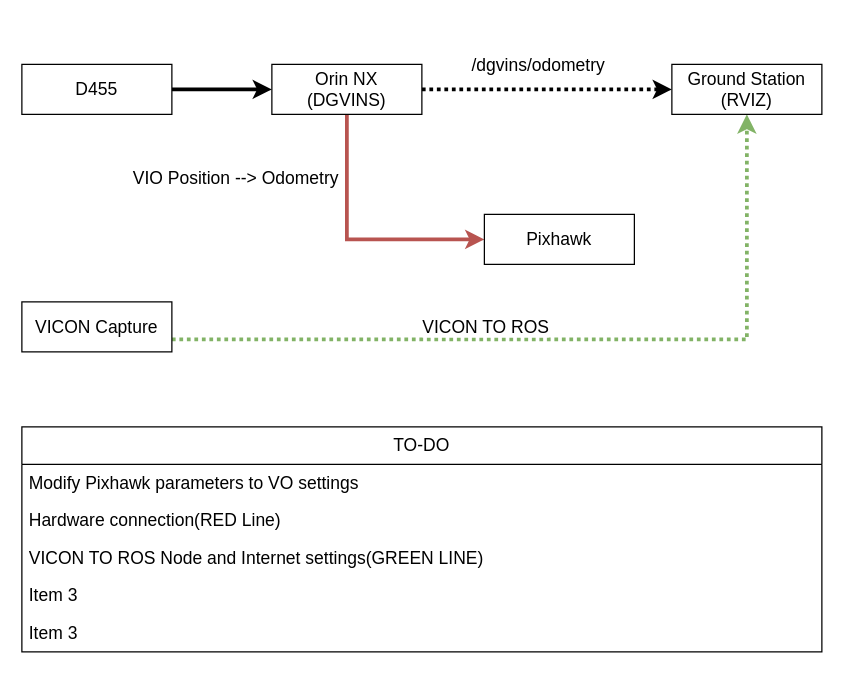
The draw.io diagram Untitled Diagram.drawio in Jaron0211/F330_Project, before the edit. Source tidied: cells renumbered, new cells numbered last; positions are measured from the earlier drawing's top-left corner, leaving out a move shared by most shapes. Both pictures are drawn from the tidied source at 125%, with x=0, y=0 at pixel (21, 64).
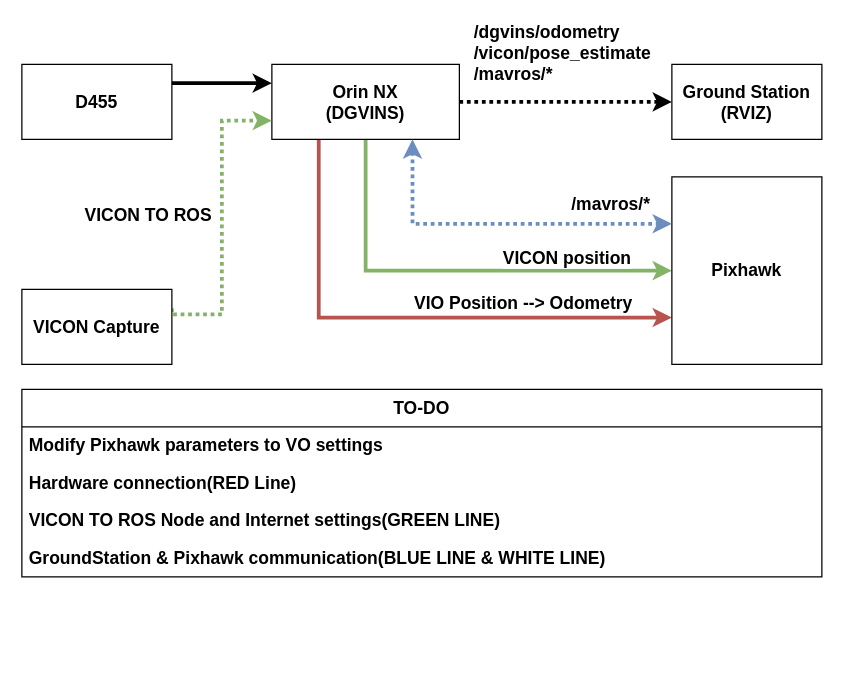
After the change.

The edit, as a diff of the source:
```diff
@@
-    <mxCell id="2" style="edgeStyle=orthogonalEdgeStyle;rounded=0;jettySize=auto;html=1;fillColor=#f8cecc;strokeColor=#b85450;strokeWidth=3;fontSize=14;entryX=0;entryY=0.5;entryDx=0;entryDy=0;" parent="1" edge="1" source="6" target="9">
-      <mxGeometry relative="1" as="geometry">
-        <Array as="points">
-          <mxPoint x="260" y="140" />
-        </Array>
-      </mxGeometry>
+    <mxCell id="2" style="edgeStyle=orthogonalEdgeStyle;rounded=0;jettySize=auto;html=1;fillColor=#f8cecc;strokeColor=#b85450;strokeWidth=3;fontSize=14;entryX=0;entryY=0.75;entryDx=0;entryDy=0;fontStyle=1;exitX=0.25;exitY=1;exitDx=0;exitDy=0;" parent="1" edge="1" source="6" target="9">
+      <mxGeometry relative="1" as="geometry" />
     </mxCell>
-    <mxCell id="3" value="VIO Position --&amp;gt; Odometry" style="edgeLabel;html=1;align=center;verticalAlign=middle;fontSize=14;" parent="2" vertex="1">
+    <mxCell id="3" value="VIO Position --&amp;gt; Odometry" style="edgeLabel;html=1;align=center;verticalAlign=middle;fontSize=14;fontStyle=1;" parent="2" vertex="1">
       <mxGeometry relative="1" as="geometry">
-        <mxPoint x="-95" y="-50" as="offset" />
+        <mxPoint x="92" y="-12" as="offset" />
       </mxGeometry>
     </mxCell>
-    <mxCell id="4" style="edgeStyle=orthogonalEdgeStyle;rounded=0;jettySize=auto;html=1;dashed=1;dashPattern=1 1;strokeWidth=3;fontSize=14;" parent="1" edge="1" source="6" target="13">
+    <mxCell id="4" style="edgeStyle=orthogonalEdgeStyle;rounded=0;jettySize=auto;html=1;dashed=1;dashPattern=1 1;strokeWidth=3;fontSize=14;fontStyle=1;" parent="1" edge="1" source="6" target="13">
       <mxGeometry relative="1" as="geometry" />
     </mxCell>
-    <mxCell id="5" value="/dgvins/odometry" style="edgeLabel;html=1;align=center;verticalAlign=middle;arcSize=12;fontSize=14;" parent="4" vertex="1">
+    <mxCell id="5" value="/dgvins/odometry&lt;div&gt;/vicon/pose_estimate&lt;/div&gt;&lt;div&gt;/mavros/*&lt;/div&gt;" style="edgeLabel;html=1;align=left;verticalAlign=middle;arcSize=12;fontSize=14;fontStyle=1;" parent="4" vertex="1">
       <mxGeometry x="-0.17" y="-3" relative="1" as="geometry">
-        <mxPoint x="9" y="-23" as="offset" />
+        <mxPoint x="-61" y="-43" as="offset" />
       </mxGeometry>
     </mxCell>
+    <mxCell id="20" style="edgeStyle=orthogonalEdgeStyle;rounded=0;jettySize=auto;html=1;exitX=0.5;exitY=1;exitDx=0;exitDy=0;entryX=0;entryY=0.5;entryDx=0;entryDy=0;strokeColor=#82b366;strokeWidth=3;" parent="1" edge="1" source="6" target="9">
+      <mxGeometry relative="1" as="geometry">
+        <Array as="points">
+          <mxPoint x="275" y="165" />
+        </Array>
+      </mxGeometry>
+    </mxCell>
+    <mxCell id="21" value="&lt;font style=&quot;font-size: 14px;&quot;&gt;VICON position&lt;/font&gt;" style="edgeLabel;html=1;align=center;verticalAlign=middle;fontStyle=1;" parent="20" vertex="1">
+      <mxGeometry x="0.47" relative="1" as="geometry">
+        <mxPoint x="8" y="-11" as="offset" />
+      </mxGeometry>
+    </mxCell>
-    <mxCell id="6" value="Orin NX&lt;div style=&quot;font-size: 14px;&quot;&gt;(DGVINS)&lt;/div&gt;" style="rounded=0;whiteSpace=wrap;html=1;fontSize=14;" parent="1" vertex="1">
-      <mxGeometry x="200" width="120" height="40" as="geometry" />
+    <mxCell id="6" value="Orin NX&lt;div style=&quot;font-size: 14px;&quot;&gt;(DGVINS)&lt;/div&gt;" style="rounded=0;whiteSpace=wrap;html=1;fontSize=14;fontStyle=1;" parent="1" vertex="1">
+      <mxGeometry x="200" width="150" height="60" as="geometry" />
     </mxCell>
-    <mxCell id="7" style="edgeStyle=orthogonalEdgeStyle;rounded=0;jettySize=auto;html=1;strokeWidth=3;fontSize=14;" parent="1" edge="1" source="8" target="6">
-      <mxGeometry relative="1" as="geometry" />
+    <mxCell id="7" style="edgeStyle=orthogonalEdgeStyle;rounded=0;jettySize=auto;html=1;strokeWidth=3;fontSize=14;fontStyle=1;entryX=0;entryY=0.25;entryDx=0;entryDy=0;" parent="1" edge="1" source="8" target="6">
+      <mxGeometry relative="1" as="geometry">
+        <Array as="points">
+          <mxPoint x="150" y="15" />
+          <mxPoint x="150" y="15" />
+        </Array>
+      </mxGeometry>
     </mxCell>
-    <mxCell id="8" value="D455" style="rounded=0;whiteSpace=wrap;html=1;fontSize=14;" parent="1" vertex="1">
-      <mxGeometry width="120" height="40" as="geometry" />
+    <mxCell id="8" value="D455" style="rounded=0;whiteSpace=wrap;html=1;fontSize=14;fontStyle=1;" parent="1" vertex="1">
+      <mxGeometry width="120" height="60" as="geometry" />
     </mxCell>
-    <mxCell id="9" value="Pixhawk" style="rounded=0;whiteSpace=wrap;html=1;fontSize=14;" parent="1" vertex="1">
-      <mxGeometry x="370" y="120" width="120" height="40" as="geometry" />
+    <mxCell id="9" value="Pixhawk" style="rounded=0;whiteSpace=wrap;html=1;fontSize=14;fontStyle=1;" parent="1" vertex="1">
+      <mxGeometry x="520" y="90" width="120" height="150" as="geometry" />
     </mxCell>
-    <mxCell id="10" style="edgeStyle=orthogonalEdgeStyle;rounded=0;jettySize=auto;html=1;entryX=0.5;entryY=1;entryDx=0;entryDy=0;fillColor=#d5e8d4;strokeColor=#82b366;dashed=1;strokeWidth=3;dashPattern=1 1;fontSize=14;" parent="1" edge="1" source="12" target="13">
+    <mxCell id="10" style="edgeStyle=orthogonalEdgeStyle;rounded=0;jettySize=auto;html=1;entryX=0;entryY=0.75;entryDx=0;entryDy=0;fillColor=#d5e8d4;strokeColor=#82b366;dashed=1;strokeWidth=3;dashPattern=1 1;fontSize=14;fontStyle=1;exitX=1;exitY=0.25;exitDx=0;exitDy=0;" parent="1" edge="1" source="12" target="6">
       <mxGeometry relative="1" as="geometry">
         <Array as="points">
-          <mxPoint x="60" y="220" />
-          <mxPoint x="460" y="220" />
+          <mxPoint x="120" y="200" />
+          <mxPoint x="160" y="200" />
+          <mxPoint x="160" y="45" />
         </Array>
       </mxGeometry>
     </mxCell>
-    <mxCell id="11" value="VICON TO ROS" style="edgeLabel;html=1;align=center;verticalAlign=middle;fontSize=14;" parent="10" vertex="1">
+    <mxCell id="11" value="VICON TO ROS" style="edgeLabel;html=1;align=center;verticalAlign=middle;fontSize=14;fontStyle=1;" parent="10" vertex="1">
       <mxGeometry x="0.81" y="4" relative="1" as="geometry">
-        <mxPoint x="-206" y="108" as="offset" />
+        <mxPoint x="-77" y="79" as="offset" />
       </mxGeometry>
     </mxCell>
-    <mxCell id="12" value="VICON Capture" style="rounded=0;whiteSpace=wrap;html=1;fontSize=14;" parent="1" vertex="1">
-      <mxGeometry y="190" width="120" height="40" as="geometry" />
+    <mxCell id="12" value="VICON Capture" style="rounded=0;whiteSpace=wrap;html=1;fontSize=14;fontStyle=1;" parent="1" vertex="1">
+      <mxGeometry y="180" width="120" height="60" as="geometry" />
     </mxCell>
+    <mxCell id="22" style="edgeStyle=orthogonalEdgeStyle;rounded=0;jettySize=auto;html=1;strokeWidth=3;dashed=1;dashPattern=1 1;startArrow=classic;startFill=1;fillColor=#dae8fc;strokeColor=#6c8ebf;entryX=0;entryY=0.25;entryDx=0;entryDy=0;exitX=0.75;exitY=1;exitDx=0;exitDy=0;" parent="1" edge="1" source="6" target="9">
+      <mxGeometry relative="1" as="geometry">
+        <Array as="points">
+          <mxPoint x="313" y="128" />
+        </Array>
+      </mxGeometry>
+    </mxCell>
+    <mxCell id="23" value="/mavros/*" style="edgeLabel;html=1;align=center;verticalAlign=middle;fontSize=14;fontStyle=1;" parent="22" vertex="1">
+      <mxGeometry x="-0.04" y="-3" relative="1" as="geometry">
+        <mxPoint x="93" y="-19" as="offset" />
+      </mxGeometry>
+    </mxCell>
-    <mxCell id="13" value="Ground Station&lt;div style=&quot;font-size: 14px;&quot;&gt;(RVIZ)&lt;/div&gt;" style="rounded=0;whiteSpace=wrap;html=1;fontSize=14;" parent="1" vertex="1">
-      <mxGeometry x="520" width="120" height="40" as="geometry" />
+    <mxCell id="13" value="Ground Station&lt;div style=&quot;font-size: 14px;&quot;&gt;(RVIZ)&lt;/div&gt;" style="rounded=0;whiteSpace=wrap;html=1;fontSize=14;fontStyle=1;" parent="1" vertex="1">
+      <mxGeometry x="520" width="120" height="60" as="geometry" />
     </mxCell>
-    <mxCell id="14" value="TO-DO" style="swimlane;fontStyle=0;horizontal=1;startSize=30;whiteSpace=wrap;html=1;fontSize=14;" parent="1" vertex="1">
-      <mxGeometry y="290" width="640" height="180" as="geometry" />
+    <mxCell id="14" value="TO-DO" style="swimlane;fontStyle=1;horizontal=1;startSize=30;whiteSpace=wrap;html=1;fontSize=14;" parent="1" vertex="1">
+      <mxGeometry y="260" width="640" height="150" as="geometry" />
     </mxCell>
-    <mxCell id="15" value="Modify Pixhawk parameters to VO settings" style="text;strokeColor=none;fillColor=none;align=left;verticalAlign=middle;spacingLeft=4;spacingRight=4;overflow=hidden;whiteSpace=wrap;html=1;fontSize=14;" parent="14" vertex="1">
+    <mxCell id="15" value="Modify Pixhawk parameters to VO settings" style="text;strokeColor=none;fillColor=none;align=left;verticalAlign=middle;spacingLeft=4;spacingRight=4;overflow=hidden;whiteSpace=wrap;html=1;fontSize=14;fontStyle=1;labelBorderColor=none;labelBackgroundColor=none;fontColor=default;" parent="14" vertex="1">
       <mxGeometry y="30" width="640" height="30" as="geometry" />
     </mxCell>
-    <mxCell id="16" value="Hardware connection(RED Line)" style="text;strokeColor=none;fillColor=none;align=left;verticalAlign=middle;spacingLeft=4;spacingRight=4;overflow=hidden;whiteSpace=wrap;html=1;fontSize=14;" parent="14" vertex="1">
+    <mxCell id="16" value="Hardware connection(RED Line)" style="text;strokeColor=none;fillColor=none;align=left;verticalAlign=middle;spacingLeft=4;spacingRight=4;overflow=hidden;whiteSpace=wrap;html=1;fontSize=14;fontStyle=1;" parent="14" vertex="1">
       <mxGeometry y="60" width="640" height="30" as="geometry" />
     </mxCell>
-    <mxCell id="17" value="VICON TO ROS Node and Internet settings(GREEN LINE)" style="text;strokeColor=none;fillColor=none;align=left;verticalAlign=middle;spacingLeft=4;spacingRight=4;overflow=hidden;whiteSpace=wrap;html=1;fontSize=14;" parent="14" vertex="1">
+    <mxCell id="17" value="VICON TO ROS Node and Internet settings(GREEN LINE)" style="text;strokeColor=none;fillColor=none;align=left;verticalAlign=middle;spacingLeft=4;spacingRight=4;overflow=hidden;whiteSpace=wrap;html=1;fontSize=14;fontStyle=1;" parent="14" vertex="1">
       <mxGeometry y="90" width="640" height="30" as="geometry" />
     </mxCell>
-    <mxCell id="18" value="Item 3" style="text;strokeColor=none;fillColor=none;align=left;verticalAlign=middle;spacingLeft=4;spacingRight=4;overflow=hidden;whiteSpace=wrap;html=1;fontSize=14;" parent="14" vertex="1">
-      <mxGeometry y="120" width="640" height="30" as="geometry" />
-    </mxCell>
-    <mxCell id="19" value="Item 3" style="text;strokeColor=none;fillColor=none;align=left;verticalAlign=middle;spacingLeft=4;spacingRight=4;overflow=hidden;whiteSpace=wrap;html=1;fontSize=14;" parent="14" vertex="1">
-      <mxGeometry y="150" width="640" height="30" as="geometry" />
-    </mxCell>
+    <mxCell id="24" value="GroundStation &amp;amp; Pixhawk communication(BLUE LINE &amp;amp; WHITE LINE)" style="text;strokeColor=none;fillColor=none;align=left;verticalAlign=middle;spacingLeft=4;spacingRight=4;overflow=hidden;whiteSpace=wrap;html=1;fontSize=14;fontStyle=1;" parent="14" vertex="1">
+      <mxGeometry y="120" width="640" height="30" as="geometry" />
+    </mxCell>
```
